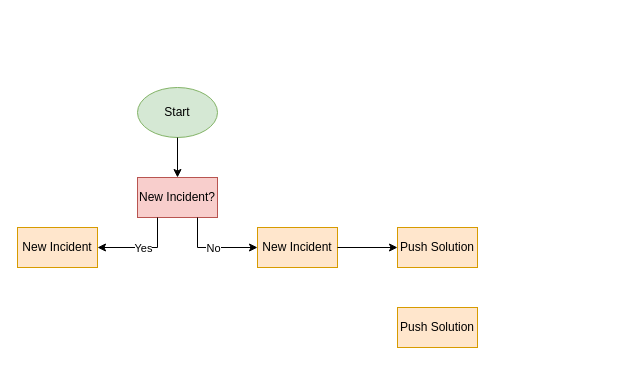
This is Untitled Diagram.drawio from MaverickNiv/Rundeck-ACL, a draw.io file, before an edit. Source tidied: cells renumbered, new cells numbered last; positions are measured from the earlier drawing's top-left corner, leaving out a move shared by most shapes. Both pictures are drawn from the tidied source at 100%, with x=0, y=0 at pixel (17, 87).
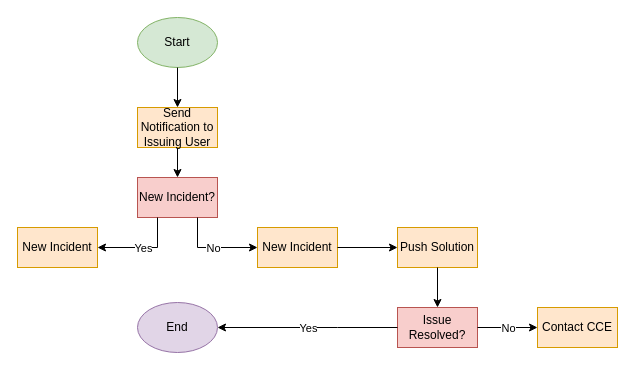
After the change.

Unchanged cells that the change refers to:
```xml
<mxCell id="3" value="New Incident?" style="rounded=0;whiteSpace=wrap;html=1;fillColor=#f8cecc;strokeColor=#b85450;" parent="1" vertex="1">
  <mxGeometry x="120" y="90" width="80" height="40" as="geometry" />
</mxCell>
<mxCell id="11" value="Push Solution" style="rounded=0;whiteSpace=wrap;html=1;fillColor=#ffe6cc;strokeColor=#d79b00;" parent="1" vertex="1">
  <mxGeometry x="380" y="140" width="80" height="40" as="geometry" />
</mxCell>
```

What changed in the source:
```diff
@@
     <mxCell id="2" value="Start" style="ellipse;whiteSpace=wrap;html=1;fillColor=#d5e8d4;strokeColor=#82b366;" parent="1" vertex="1">
-      <mxGeometry x="120" width="80" height="50" as="geometry" />
+      <mxGeometry x="120" y="-70" width="80" height="50" as="geometry" />
     </mxCell>
@@
-    <mxCell id="4" style="endArrow=classic;html=1;rounded=0;exitX=0.5;exitY=1;exitDx=0;exitDy=0;entryX=0.5;entryY=0;entryDx=0;entryDy=0;" parent="1" edge="1" source="2" target="3">
-      <mxGeometry relative="1" as="geometry" />
+    <mxCell id="4" style="endArrow=classic;html=1;rounded=0;entryX=0.5;entryY=0;entryDx=0;entryDy=0;" parent="1" edge="1" target="3">
+      <mxGeometry relative="1" as="geometry">
+        <mxPoint x="160" y="60" as="sourcePoint" />
+      </mxGeometry>
     </mxCell>
@@
-    <mxCell id="13" value="Push Solution" style="rounded=0;whiteSpace=wrap;html=1;fillColor=#ffe6cc;strokeColor=#d79b00;" parent="1" vertex="1">
+    <mxCell id="13" value="Issue Resolved?" style="rounded=0;whiteSpace=wrap;html=1;fillColor=#f8cecc;strokeColor=#b85450;" parent="1" vertex="1">
       <mxGeometry x="380" y="220" width="80" height="40" as="geometry" />
     </mxCell>
+    <mxCell id="14" style="endArrow=classic;html=1;rounded=0;exitX=0.5;exitY=1;exitDx=0;exitDy=0;" parent="1" edge="1" source="11" target="13">
+      <mxGeometry relative="1" as="geometry" />
+    </mxCell>
+    <mxCell id="15" value="End" style="ellipse;whiteSpace=wrap;html=1;fillColor=#e1d5e7;strokeColor=#9673a6;" parent="1" vertex="1">
+      <mxGeometry x="120" y="215" width="80" height="50" as="geometry" />
+    </mxCell>
+    <mxCell id="16" style="endArrow=classic;html=1;rounded=0;exitX=0;exitY=0.5;exitDx=0;exitDy=0;entryX=1;entryY=0.5;entryDx=0;entryDy=0;" parent="1" edge="1" source="13" target="15">
+      <mxGeometry relative="1" as="geometry">
+        <Array as="points">
+          <mxPoint x="320" y="240" />
+        </Array>
+      </mxGeometry>
+    </mxCell>
+    <mxCell id="17" value="Yes" style="edgeLabel;html=1;align=center;verticalAlign=middle;" parent="16" vertex="1">
+      <mxGeometry relative="1" as="geometry" />
+    </mxCell>
+    <mxCell id="18" value="Contact CCE" style="rounded=0;whiteSpace=wrap;html=1;fillColor=#ffe6cc;strokeColor=#d79b00;" parent="1" vertex="1">
+      <mxGeometry x="520" y="220" width="80" height="40" as="geometry" />
+    </mxCell>
+    <mxCell id="19" style="endArrow=classic;html=1;rounded=0;" parent="1" edge="1">
+      <mxGeometry relative="1" as="geometry">
+        <mxPoint x="460" y="240" as="sourcePoint" />
+        <mxPoint x="520" y="240" as="targetPoint" />
+      </mxGeometry>
+    </mxCell>
+    <mxCell id="20" value="No" style="edgeLabel;html=1;align=center;verticalAlign=middle;" parent="19" vertex="1">
+      <mxGeometry relative="1" as="geometry" />
+    </mxCell>
+    <mxCell id="21" value="Send Notification to Issuing User" style="rounded=0;whiteSpace=wrap;html=1;fillColor=#ffe6cc;strokeColor=#d79b00;" parent="1" vertex="1">
+      <mxGeometry x="120" y="20" width="80" height="40" as="geometry" />
+    </mxCell>
+    <mxCell id="22" style="endArrow=classic;html=1;rounded=0;entryX=0.5;entryY=0;entryDx=0;entryDy=0;exitX=0.5;exitY=1;exitDx=0;exitDy=0;" parent="1" edge="1" source="2" target="21">
+      <mxGeometry relative="1" as="geometry" />
+    </mxCell>
```
